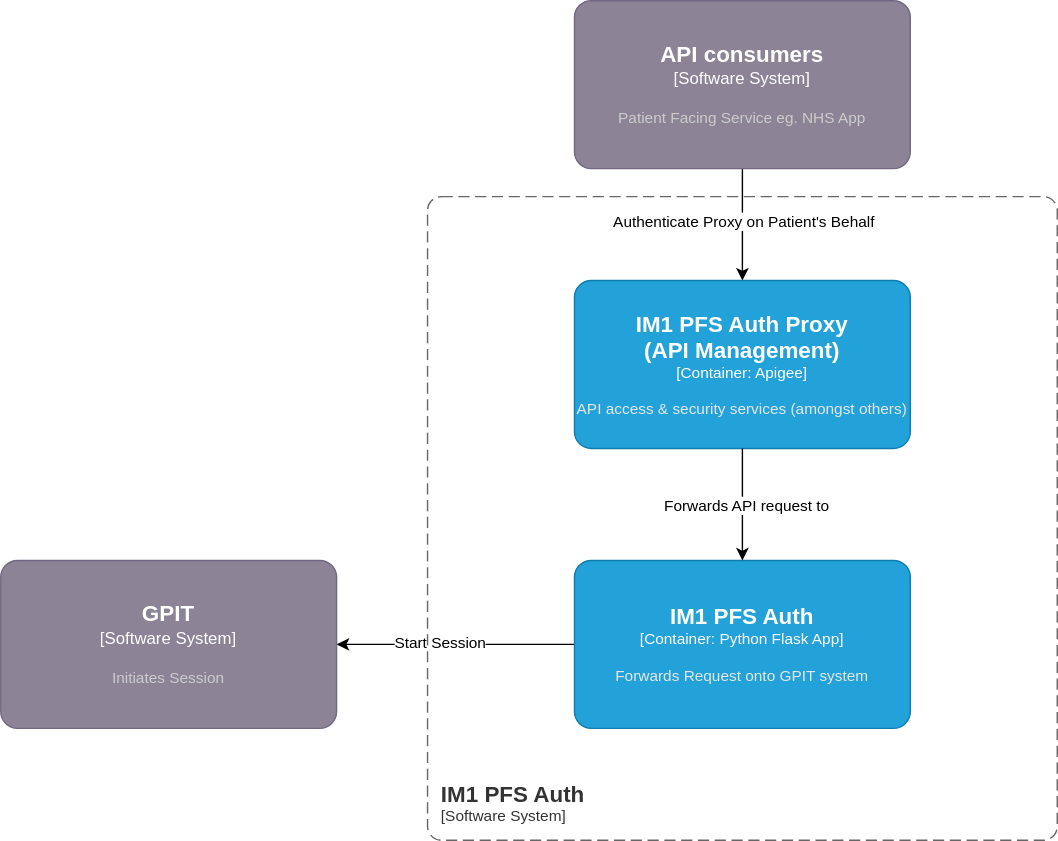
The draw.io diagram specification/assets/overview.drawio.svg in NHSDigital/im1-pfs-auth, before a commit. Source tidied: cells renumbered, new cells last; positions are measured from the earlier drawing's top-left corner, leaving out a move shared by most shapes. The source it was exported from:
```xml
<mxGraphModel>
  <root>
    <mxCell id="0" />
    <mxCell id="1" parent="0" />
    <mxCell id="2" style="edgeStyle=orthogonalEdgeStyle;rounded=0;jettySize=auto;html=1;" parent="1" edge="1" source="4" target="5">
      <mxGeometry relative="1" as="geometry" />
    </mxCell>
    <mxCell id="3" value="Authenticate Proxy on Patient's Behalf" style="edgeLabel;html=1;align=center;verticalAlign=middle;" parent="2" vertex="1">
      <mxGeometry x="-0.07" relative="1" as="geometry" />
    </mxCell>
    <object id="4" label="&lt;font style=&quot;font-size: 16px&quot;&gt;&lt;b&gt;%c4Name%&lt;/b&gt;&lt;/font&gt;&lt;div&gt;[%c4Type%]&lt;/div&gt;&lt;br&gt;&lt;div&gt;&lt;font style=&quot;font-size: 11px&quot;&gt;&lt;font color=&quot;#cccccc&quot;&gt;%c4Description%&lt;/font&gt;&lt;/div&gt;" c4Description="Patient Facing Service eg. NHS App" c4Name="API consumers" c4Type="Software System" placeholders="1">
      <mxCell style="rounded=1;whiteSpace=wrap;html=1;labelBackgroundColor=none;fillColor=#8C8496;fontColor=#ffffff;align=center;arcSize=10;strokeColor=#736782;points=[[0.25,0,0],[0.5,0,0],[0.75,0,0],[1,0.25,0],[1,0.5,0],[1,0.75,0],[0.75,1,0],[0.5,1,0],[0.25,1,0],[0,0.75,0],[0,0.5,0],[0,0.25,0]];" parent="1" vertex="1">
        <mxGeometry x="410" width="240" height="120" as="geometry" />
      </mxCell>
    </object>
    <object id="5" label="&lt;font style=&quot;font-size: 16px&quot;&gt;&lt;b&gt;%c4Name%&lt;/b&gt;&lt;/font&gt;&lt;div&gt;[%c4Type%: %c4Technology%]&lt;/div&gt;&lt;br&gt;&lt;div&gt;&lt;font style=&quot;font-size: 11px&quot;&gt;&lt;font color=&quot;#E6E6E6&quot;&gt;%c4Description%&lt;/font&gt;&lt;/div&gt;" c4Description="API access &amp; security services (amongst others)" c4Name="IM1 PFS Auth Proxy&#10;(API Management)" c4Technology="Apigee" c4Type="Container" placeholders="1">
      <mxCell style="rounded=1;whiteSpace=wrap;html=1;fontSize=11;labelBackgroundColor=none;fillColor=#23A2D9;fontColor=#ffffff;align=center;arcSize=10;strokeColor=#0E7DAD;points=[[0.25,0,0],[0.5,0,0],[0.75,0,0],[1,0.25,0],[1,0.5,0],[1,0.75,0],[0.75,1,0],[0.5,1,0],[0.25,1,0],[0,0.75,0],[0,0.5,0],[0,0.25,0]];" parent="1" vertex="1">
        <mxGeometry x="410" y="200" width="240" height="120" as="geometry" />
      </mxCell>
    </object>
    <mxCell id="6" style="edgeStyle=orthogonalEdgeStyle;rounded=0;jettySize=auto;html=1;" parent="1" edge="1" source="8" target="11">
      <mxGeometry relative="1" as="geometry" />
    </mxCell>
    <mxCell id="7" value="Start Session" style="edgeLabel;html=1;align=center;verticalAlign=middle;" parent="6" vertex="1">
      <mxGeometry x="0.14" y="-2" relative="1" as="geometry" />
    </mxCell>
    <object id="8" label="&lt;font style=&quot;font-size: 16px&quot;&gt;&lt;b&gt;%c4Name%&lt;/b&gt;&lt;/font&gt;&lt;div&gt;[%c4Type%: %c4Technology%]&lt;/div&gt;&lt;br&gt;&lt;div&gt;&lt;font style=&quot;font-size: 11px&quot;&gt;&lt;font color=&quot;#E6E6E6&quot;&gt;%c4Description%&lt;/font&gt;&lt;/div&gt;" c4Description="Forwards Request onto GPIT system" c4Name="IM1 PFS Auth" c4Technology="Python Flask App" c4Type="Container" placeholders="1">
      <mxCell style="rounded=1;whiteSpace=wrap;html=1;fontSize=11;labelBackgroundColor=none;fillColor=#23A2D9;fontColor=#ffffff;align=center;arcSize=10;strokeColor=#0E7DAD;points=[[0.25,0,0],[0.5,0,0],[0.75,0,0],[1,0.25,0],[1,0.5,0],[1,0.75,0],[0.75,1,0],[0.5,1,0],[0.25,1,0],[0,0.75,0],[0,0.5,0],[0,0.25,0]];" parent="1" vertex="1">
        <mxGeometry x="410" y="400" width="240" height="120" as="geometry" />
      </mxCell>
    </object>
    <mxCell id="9" style="edgeStyle=orthogonalEdgeStyle;rounded=0;jettySize=auto;html=1;entryX=0.5;entryY=0;entryDx=0;entryDy=0;entryPerimeter=0;" parent="1" edge="1" source="5" target="8">
      <mxGeometry relative="1" as="geometry" />
    </mxCell>
    <mxCell id="10" value="Forwards API request to" style="edgeLabel;html=1;align=center;verticalAlign=middle;" parent="9" vertex="1">
      <mxGeometry y="2" relative="1" as="geometry" />
    </mxCell>
    <object id="11" label="&lt;font style=&quot;font-size: 16px&quot;&gt;&lt;b&gt;%c4Name%&lt;/b&gt;&lt;/font&gt;&lt;div&gt;[%c4Type%]&lt;/div&gt;&lt;br&gt;&lt;div&gt;&lt;font style=&quot;font-size: 11px&quot;&gt;&lt;font color=&quot;#cccccc&quot;&gt;%c4Description%&lt;/font&gt;&lt;/div&gt;" c4Description="Initiates Session" c4Name="GPIT" c4Type="Software System" placeholders="1">
      <mxCell style="rounded=1;whiteSpace=wrap;html=1;labelBackgroundColor=none;fillColor=#8C8496;fontColor=#ffffff;align=center;arcSize=10;strokeColor=#736782;points=[[0.25,0,0],[0.5,0,0],[0.75,0,0],[1,0.25,0],[1,0.5,0],[1,0.75,0],[0.75,1,0],[0.5,1,0],[0.25,1,0],[0,0.75,0],[0,0.5,0],[0,0.25,0]];" parent="1" vertex="1">
        <mxGeometry y="400" width="240" height="120" as="geometry" />
      </mxCell>
    </object>
    <mxCell id="12" style="edgeStyle=orthogonalEdgeStyle;rounded=0;orthogonalLoop=1;jettySize=auto;html=1;exitX=0.5;exitY=1;exitDx=0;exitDy=0;" parent="1" edge="1">
      <mxGeometry relative="1" as="geometry">
        <mxPoint x="530" y="570" as="sourcePoint" />
        <mxPoint x="530" y="570" as="targetPoint" />
      </mxGeometry>
    </mxCell>
    <object id="13" label="&lt;font style=&quot;font-size: 16px&quot;&gt;&lt;b&gt;&lt;div style=&quot;text-align: left&quot;&gt;%c4Name%&lt;/div&gt;&lt;/b&gt;&lt;/font&gt;&lt;div style=&quot;text-align: left&quot;&gt;[%c4Application%]&lt;/div&gt;" c4Application="Software System" c4Name="IM1 PFS Auth" c4Type="SystemScopeBoundary" placeholders="1">
      <mxCell style="rounded=1;fontSize=11;whiteSpace=wrap;html=1;dashed=1;arcSize=20;fillColor=none;strokeColor=#666666;fontColor=#333333;labelBackgroundColor=none;align=left;verticalAlign=bottom;labelBorderColor=none;spacingTop=0;spacing=10;dashPattern=8 4;perimeter=rectanglePerimeter;noLabel=0;labelPadding=0;absoluteArcSize=1;" parent="1" vertex="1">
        <mxGeometry x="305" y="140" width="450" height="460" as="geometry" />
      </mxCell>
    </object>
  </root>
</mxGraphModel>
```
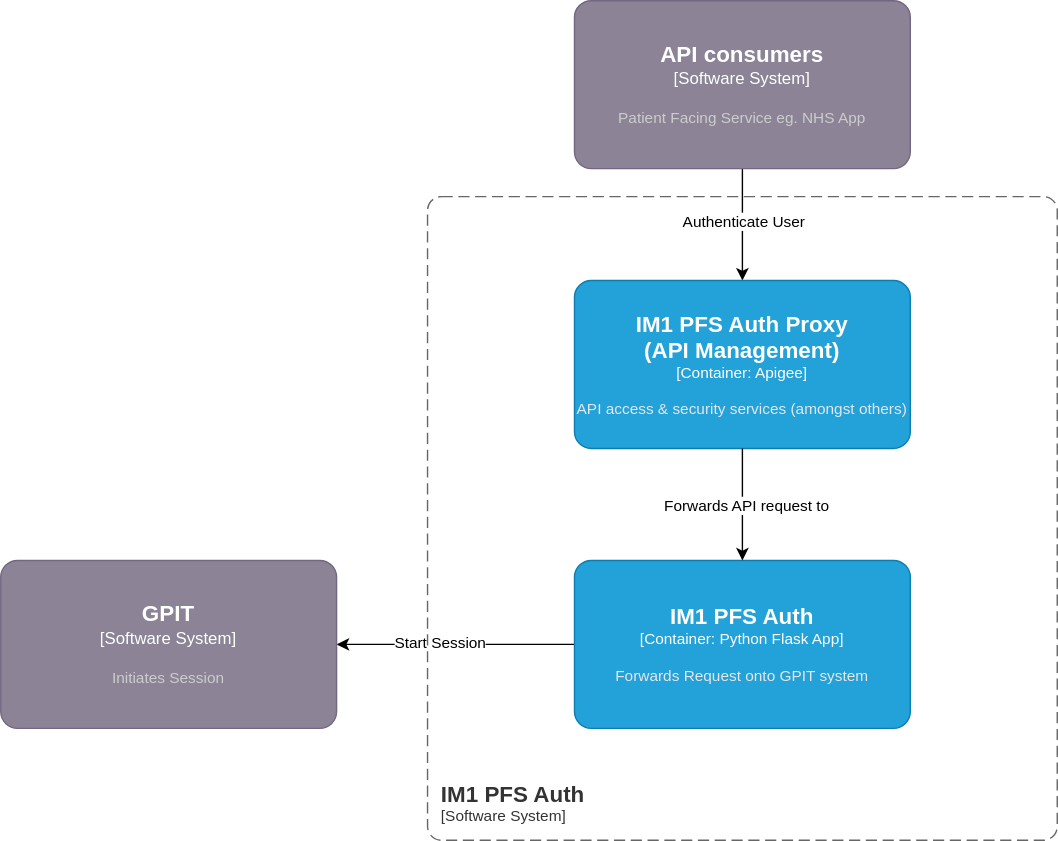
Above is the later version.

Diff of the diagram source:
```diff
@@ -5,7 +5,7 @@
     <mxCell id="2" style="edgeStyle=orthogonalEdgeStyle;rounded=0;jettySize=auto;html=1;" parent="1" edge="1" source="4" target="5">
       <mxGeometry relative="1" as="geometry" />
     </mxCell>
-    <mxCell id="3" value="Authenticate Proxy on Patient's Behalf" style="edgeLabel;html=1;align=center;verticalAlign=middle;" parent="2" vertex="1">
+    <mxCell id="3" value="Authenticate User" style="edgeLabel;html=1;align=center;verticalAlign=middle;" parent="2" vertex="1">
       <mxGeometry x="-0.07" relative="1" as="geometry" />
     </mxCell>
     <object id="4" label="&lt;font style=&quot;font-size: 16px&quot;&gt;&lt;b&gt;%c4Name%&lt;/b&gt;&lt;/font&gt;&lt;div&gt;[%c4Type%]&lt;/div&gt;&lt;br&gt;&lt;div&gt;&lt;font style=&quot;font-size: 11px&quot;&gt;&lt;font color=&quot;#cccccc&quot;&gt;%c4Description%&lt;/font&gt;&lt;/div&gt;" c4Description="Patient Facing Service eg. NHS App" c4Name="API consumers" c4Type="Software System" placeholders="1">
```
